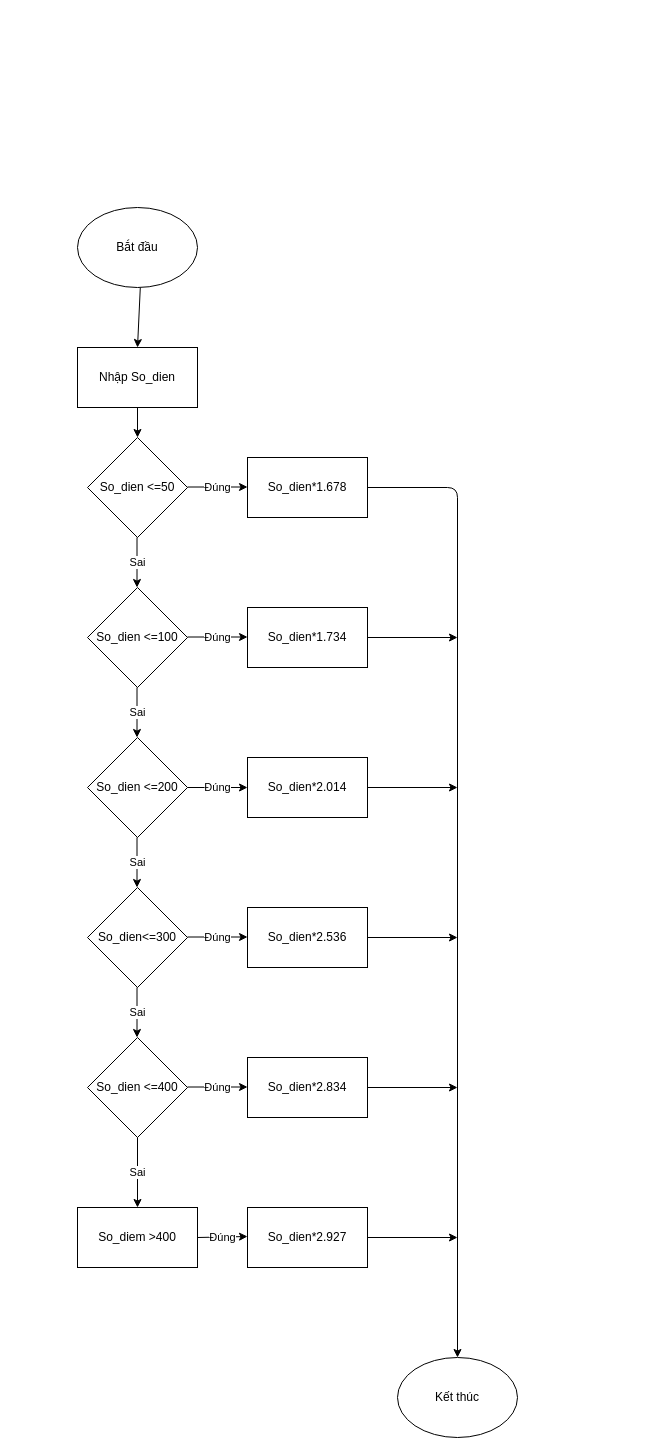
Above: luudobai3.drawio in FPOLY-UDPM/com108-cs21301-lab3-hgh15032007-ux (draw.io), before the change. Source tidied: cells renumbered, new cells numbered last; positions are measured from the earlier drawing's top-left corner, leaving out a move shared by most shapes. Both pictures are drawn from the tidied source at 100%, with x=0, y=0 at pixel (77, 207).
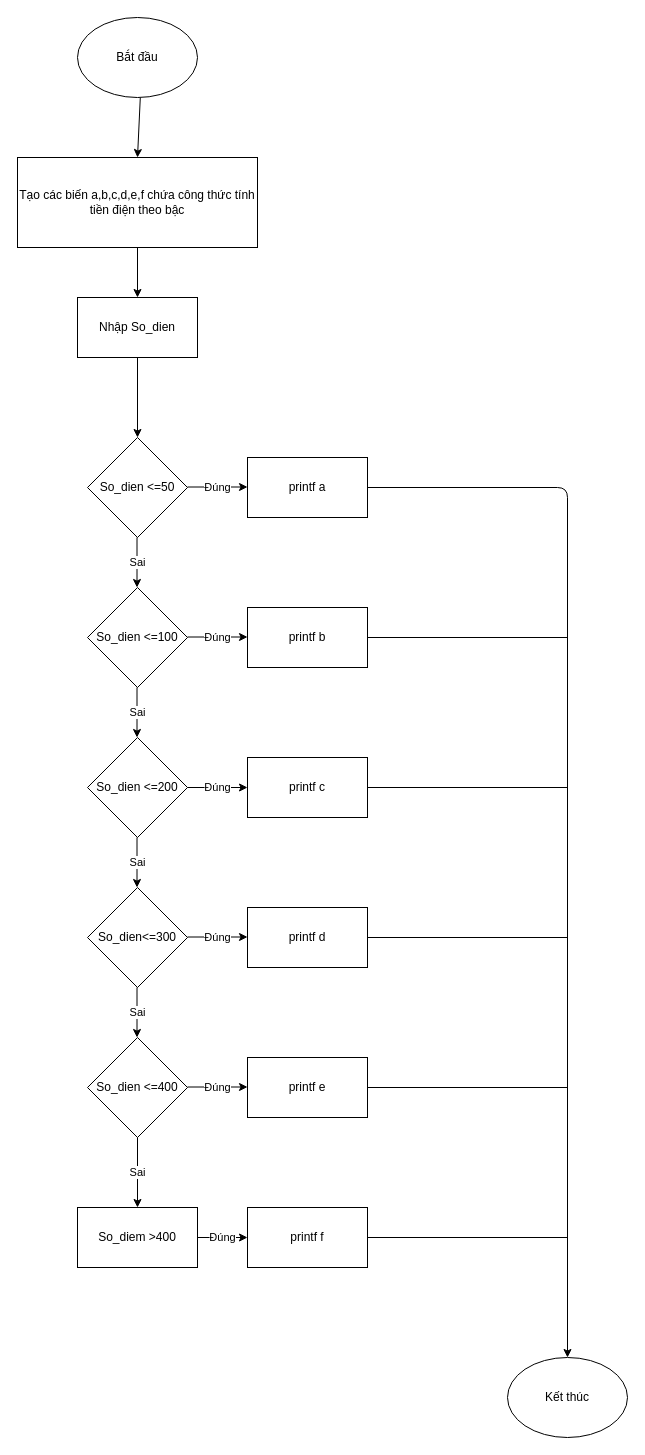
The same page after the edit.

The change refers to these unchanged cells:
```xml
<mxCell id="8" value="So_dien &amp;lt;=200" style="rhombus;whiteSpace=wrap;html=1;" parent="1" vertex="1">
  <mxGeometry x="10" y="530" width="100" height="100" as="geometry" />
</mxCell>
<mxCell id="35" value="So_diem &amp;gt;400" style="rounded=0;whiteSpace=wrap;html=1;" parent="1" vertex="1">
  <mxGeometry y="1000" width="120" height="60" as="geometry" />
</mxCell>
```

What changed in the source:
```diff
@@
-    <mxCell id="2" style="edgeStyle=none;html=1;" parent="1" edge="1" source="3" target="5">
-      <mxGeometry relative="1" as="geometry" />
-    </mxCell>
+    <mxCell id="36" style="edgeStyle=none;html=1;" parent="1" edge="1" source="3" target="44">
+      <mxGeometry relative="1" as="geometry" />
+    </mxCell>
     <mxCell id="3" value="Bắt đầu" style="ellipse;whiteSpace=wrap;html=1;" parent="1" vertex="1">
-      <mxGeometry width="120" height="80" as="geometry" />
+      <mxGeometry y="-190" width="120" height="80" as="geometry" />
     </mxCell>
@@
     <mxCell id="5" value="Nhập So_dien" style="rounded=0;whiteSpace=wrap;html=1;" parent="1" vertex="1">
-      <mxGeometry y="140" width="120" height="60" as="geometry" />
+      <mxGeometry y="90" width="120" height="60" as="geometry" />
     </mxCell>
@@
-    <mxCell id="11" style="edgeStyle=none;html=1;exitX=1;exitY=0.5;exitDx=0;exitDy=0;entryX=0.5;entryY=0;entryDx=0;entryDy=0;" parent="1" edge="1" source="12" target="23">
-      <mxGeometry relative="1" as="geometry">
-        <Array as="points">
-          <mxPoint x="380" y="280" />
-        </Array>
-      </mxGeometry>
-    </mxCell>
-    <mxCell id="12" value="So_dien*1.678" style="rounded=0;whiteSpace=wrap;html=1;" parent="1" vertex="1">
-      <mxGeometry x="170" y="250" width="120" height="60" as="geometry" />
-    </mxCell>
-    <mxCell id="13" style="edgeStyle=none;html=1;exitX=1;exitY=0.5;exitDx=0;exitDy=0;" parent="1" edge="1" source="14">
-      <mxGeometry relative="1" as="geometry">
-        <mxPoint x="380" y="430" as="targetPoint" />
-      </mxGeometry>
-    </mxCell>
-    <mxCell id="14" value="So_dien*1.734" style="rounded=0;whiteSpace=wrap;html=1;" parent="1" vertex="1">
-      <mxGeometry x="170" y="400" width="120" height="60" as="geometry" />
-    </mxCell>
-    <mxCell id="15" style="edgeStyle=none;html=1;exitX=1;exitY=0.5;exitDx=0;exitDy=0;" parent="1" edge="1" source="16">
-      <mxGeometry relative="1" as="geometry">
-        <mxPoint x="380" y="580" as="targetPoint" />
-      </mxGeometry>
-    </mxCell>
-    <mxCell id="16" value="So_dien*2.014" style="rounded=0;whiteSpace=wrap;html=1;" parent="1" vertex="1">
-      <mxGeometry x="170" y="550" width="120" height="60" as="geometry" />
-    </mxCell>
-    <mxCell id="17" style="edgeStyle=none;html=1;" parent="1" edge="1" source="18">
-      <mxGeometry relative="1" as="geometry">
-        <mxPoint x="380" y="730" as="targetPoint" />
-      </mxGeometry>
-    </mxCell>
-    <mxCell id="18" value="So_dien*2.536" style="rounded=0;whiteSpace=wrap;html=1;" parent="1" vertex="1">
-      <mxGeometry x="170" y="700" width="120" height="60" as="geometry" />
-    </mxCell>
-    <mxCell id="19" style="edgeStyle=none;html=1;exitX=1;exitY=0.5;exitDx=0;exitDy=0;" parent="1" edge="1" source="20">
-      <mxGeometry relative="1" as="geometry">
-        <mxPoint x="380" y="880" as="targetPoint" />
-      </mxGeometry>
-    </mxCell>
-    <mxCell id="20" value="So_dien*2.834" style="rounded=0;whiteSpace=wrap;html=1;" parent="1" vertex="1">
-      <mxGeometry x="170" y="850" width="120" height="60" as="geometry" />
-    </mxCell>
-    <mxCell id="21" style="edgeStyle=none;html=1;" parent="1" edge="1" source="22">
-      <mxGeometry relative="1" as="geometry">
-        <mxPoint x="380" y="1030" as="targetPoint" />
-      </mxGeometry>
-    </mxCell>
-    <mxCell id="22" value="So_dien*2.927" style="rounded=0;whiteSpace=wrap;html=1;" parent="1" vertex="1">
-      <mxGeometry x="170" y="1000" width="120" height="60" as="geometry" />
-    </mxCell>
+    <mxCell id="37" style="edgeStyle=none;html=1;exitX=1;exitY=0.5;exitDx=0;exitDy=0;" parent="1" edge="1" target="23">
+      <mxGeometry relative="1" as="geometry">
+        <mxPoint x="290" y="280" as="sourcePoint" />
+        <Array as="points">
+          <mxPoint x="490" y="280" />
+        </Array>
+      </mxGeometry>
+    </mxCell>
     <mxCell id="23" value="Kết thúc" style="ellipse;whiteSpace=wrap;html=1;" parent="1" vertex="1">
-      <mxGeometry x="320" y="1150" width="120" height="80" as="geometry" />
+      <mxGeometry x="430" y="1150" width="120" height="80" as="geometry" />
     </mxCell>
-    <mxCell id="24" value="Đúng" style="endArrow=classic;html=1;exitX=1;exitY=0.5;exitDx=0;exitDy=0;entryX=0;entryY=0.5;entryDx=0;entryDy=0;" parent="1" edge="1" source="8" target="16">
-      <mxGeometry relative="1" as="geometry" />
+    <mxCell id="24" value="Đúng" style="endArrow=classic;html=1;exitX=1;exitY=0.5;exitDx=0;exitDy=0;entryX=0;entryY=0.5;entryDx=0;entryDy=0;" parent="1" edge="1" source="8">
+      <mxGeometry relative="1" as="geometry">
+        <mxPoint x="170" y="580" as="targetPoint" />
+      </mxGeometry>
     </mxCell>
@@
-    <mxCell id="27" value="Đúng" style="endArrow=classic;html=1;exitX=1;exitY=0.5;exitDx=0;exitDy=0;entryX=0;entryY=0.5;entryDx=0;entryDy=0;" parent="1" edge="1" source="35">
-      <mxGeometry relative="1" as="geometry">
-        <mxPoint x="170" y="1029" as="targetPoint" />
-      </mxGeometry>
-    </mxCell>
@@
+    <mxCell id="38" style="endArrow=none;html=1;entryX=1;entryY=0.5;entryDx=0;entryDy=0;" parent="1" edge="1" target="46">
+      <mxGeometry relative="1" as="geometry">
+        <mxPoint x="490" y="430" as="sourcePoint" />
+      </mxGeometry>
+    </mxCell>
+    <mxCell id="39" style="endArrow=none;html=1;entryX=1;entryY=0.5;entryDx=0;entryDy=0;" parent="1" edge="1" target="47">
+      <mxGeometry relative="1" as="geometry">
+        <mxPoint x="490" y="580" as="sourcePoint" />
+      </mxGeometry>
+    </mxCell>
+    <mxCell id="40" style="endArrow=none;html=1;entryX=1;entryY=0.5;entryDx=0;entryDy=0;" parent="1" edge="1" target="48">
+      <mxGeometry relative="1" as="geometry">
+        <mxPoint x="490" y="730" as="sourcePoint" />
+      </mxGeometry>
+    </mxCell>
+    <mxCell id="41" style="endArrow=none;html=1;entryX=1;entryY=0.5;entryDx=0;entryDy=0;" parent="1" edge="1" target="49">
+      <mxGeometry relative="1" as="geometry">
+        <mxPoint x="490" y="880" as="sourcePoint" />
+      </mxGeometry>
+    </mxCell>
+    <mxCell id="42" style="endArrow=none;html=1;entryX=1;entryY=0.5;entryDx=0;entryDy=0;" parent="1" edge="1" target="50">
+      <mxGeometry relative="1" as="geometry">
+        <mxPoint x="490" y="1030" as="sourcePoint" />
+      </mxGeometry>
+    </mxCell>
+    <mxCell id="27" value="Đúng" style="endArrow=classic;html=1;exitX=1;exitY=0.5;exitDx=0;exitDy=0;entryX=0;entryY=0.5;entryDx=0;entryDy=0;" parent="1" edge="1" source="35" target="50">
+      <mxGeometry relative="1" as="geometry" />
+    </mxCell>
+    <mxCell id="43" style="edgeStyle=none;html=1;" parent="1" edge="1" source="44" target="5">
+      <mxGeometry relative="1" as="geometry" />
+    </mxCell>
+    <mxCell id="44" value="Tạo các biến a,b,c,d,e,f chứa công thức tính tiền điện theo bậc" style="rounded=0;whiteSpace=wrap;html=1;" parent="1" vertex="1">
+      <mxGeometry x="-60" y="-50" width="240" height="90" as="geometry" />
+    </mxCell>
+    <mxCell id="45" value="printf a" style="rounded=0;whiteSpace=wrap;html=1;" parent="1" vertex="1">
+      <mxGeometry x="170" y="250" width="120" height="60" as="geometry" />
+    </mxCell>
+    <mxCell id="46" value="printf b" style="rounded=0;whiteSpace=wrap;html=1;" parent="1" vertex="1">
+      <mxGeometry x="170" y="400" width="120" height="60" as="geometry" />
+    </mxCell>
+    <mxCell id="47" value="printf c" style="rounded=0;whiteSpace=wrap;html=1;" parent="1" vertex="1">
+      <mxGeometry x="170" y="550" width="120" height="60" as="geometry" />
+    </mxCell>
+    <mxCell id="48" value="printf d" style="rounded=0;whiteSpace=wrap;html=1;" parent="1" vertex="1">
+      <mxGeometry x="170" y="700" width="120" height="60" as="geometry" />
+    </mxCell>
+    <mxCell id="49" value="printf e" style="rounded=0;whiteSpace=wrap;html=1;" parent="1" vertex="1">
+      <mxGeometry x="170" y="850" width="120" height="60" as="geometry" />
+    </mxCell>
+    <mxCell id="50" value="printf f" style="rounded=0;whiteSpace=wrap;html=1;" parent="1" vertex="1">
+      <mxGeometry x="170" y="1000" width="120" height="60" as="geometry" />
+    </mxCell>
```
